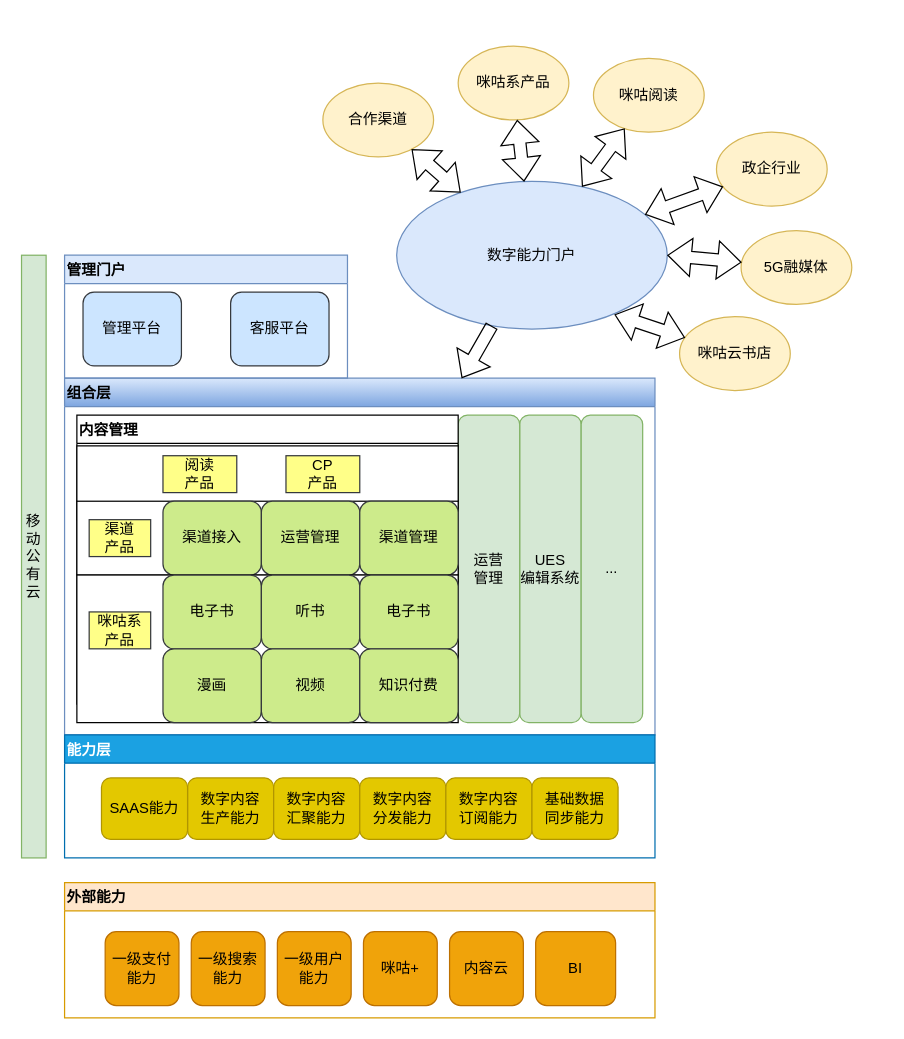
The draw.io diagram page "Page-1" (1 of 3) of Untitled Diagram.drawio in cf8080/test, before the edit. Source tidied: cells renumbered, new cells numbered last; positions are measured from the earlier drawing's top-left corner, leaving out a move shared by most shapes. Both pictures are drawn from the tidied source at 123%, with x=0, y=0 at pixel (21, 46).
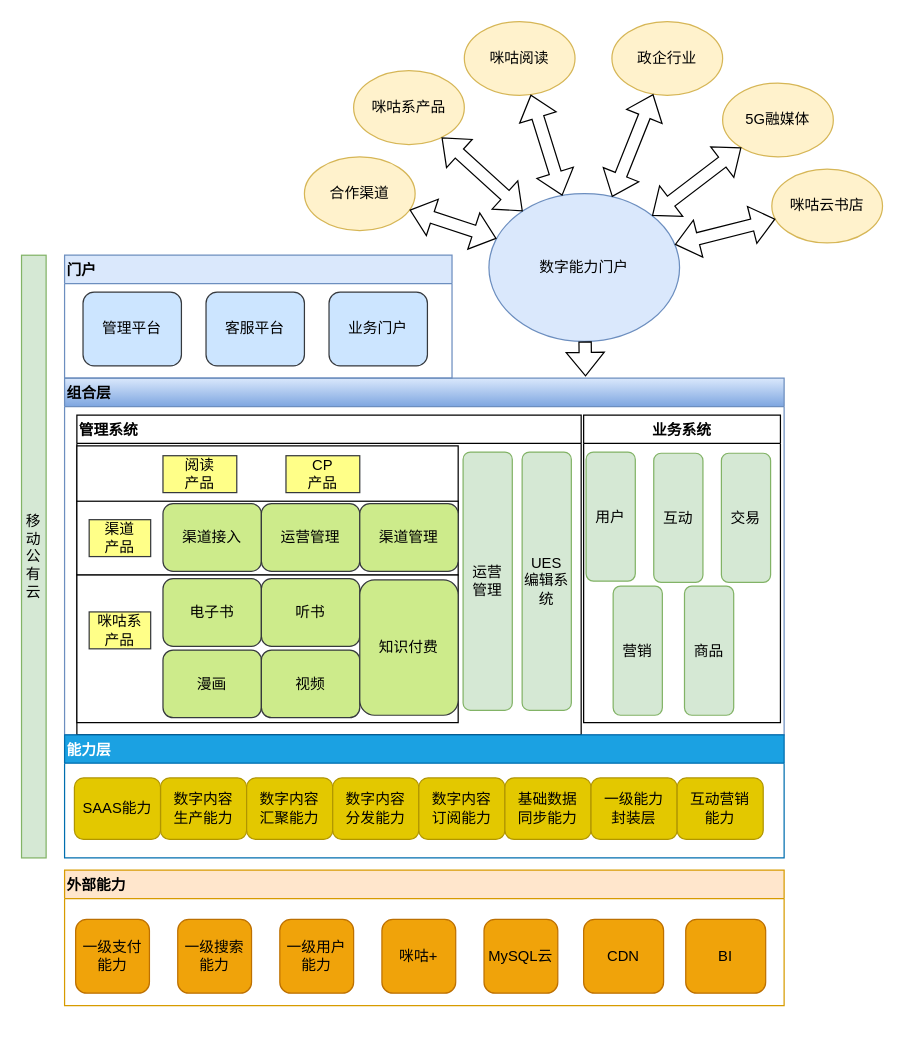
After the change.

Change to the diagram source:
```diff
@@
     <mxCell id="2" value="组合层" style="swimlane;labelPosition=center;verticalLabelPosition=middle;align=left;verticalAlign=middle;textDirection=ltr;swimlaneLine=1;shadow=0;fillColor=#dae8fc;strokeColor=#6c8ebf;gradientColor=#7ea6e0;" parent="1" vertex="1">
-      <mxGeometry x="35" y="270" width="480" height="290" as="geometry" />
+      <mxGeometry x="35" y="270" width="585" height="290" as="geometry" />
     </mxCell>
-    <mxCell id="3" value="UES&lt;br&gt;编辑系统" style="rounded=1;whiteSpace=wrap;html=1;fillColor=#d5e8d4;strokeColor=#82b366;" parent="2" vertex="1">
-      <mxGeometry x="370" y="30" width="50" height="250" as="geometry" />
-    </mxCell>
-    <mxCell id="4" value="运营&lt;br&gt;管理" style="rounded=1;whiteSpace=wrap;html=1;fillColor=#d5e8d4;strokeColor=#82b366;" parent="2" vertex="1">
-      <mxGeometry x="320" y="30" width="50" height="250" as="geometry" />
-    </mxCell>
-    <mxCell id="5" value="内容管理" style="swimlane;shadow=0;align=left;" parent="2" vertex="1">
-      <mxGeometry x="10" y="30" width="310" height="235" as="geometry" />
+    <mxCell id="5" value="管理系统" style="swimlane;shadow=0;align=left;" parent="2" vertex="1">
+      <mxGeometry x="10" y="30" width="410" height="260" as="geometry" />
     </mxCell>
@@
     <mxCell id="11" value="渠道接入" style="rounded=1;whiteSpace=wrap;html=1;fillColor=#cdeb8b;strokeColor=#36393d;" parent="5" vertex="1">
-      <mxGeometry x="70" y="70" width="80" height="60" as="geometry" />
+      <mxGeometry x="70" y="72" width="80" height="55" as="geometry" />
     </mxCell>
     <mxCell id="12" value="运营管理" style="rounded=1;whiteSpace=wrap;html=1;fillColor=#cdeb8b;strokeColor=#36393d;" parent="5" vertex="1">
-      <mxGeometry x="150" y="70" width="80" height="60" as="geometry" />
+      <mxGeometry x="150" y="72" width="80" height="55" as="geometry" />
     </mxCell>
     <mxCell id="13" value="渠道管理" style="rounded=1;whiteSpace=wrap;html=1;fillColor=#cdeb8b;strokeColor=#36393d;" parent="5" vertex="1">
-      <mxGeometry x="230" y="70" width="80" height="60" as="geometry" />
+      <mxGeometry x="230" y="72" width="80" height="55" as="geometry" />
     </mxCell>
@@
     <mxCell id="16" value="电子书" style="rounded=1;whiteSpace=wrap;html=1;imageWidth=24;imageHeight=24;fillColor=#cdeb8b;strokeColor=#36393d;" parent="5" vertex="1">
-      <mxGeometry x="70" y="130" width="80" height="60" as="geometry" />
+      <mxGeometry x="70" y="133" width="80" height="55" as="geometry" />
     </mxCell>
     <mxCell id="17" value="听书" style="rounded=1;whiteSpace=wrap;html=1;imageWidth=24;imageHeight=24;fillColor=#cdeb8b;strokeColor=#36393d;" parent="5" vertex="1">
-      <mxGeometry x="150" y="130" width="80" height="60" as="geometry" />
+      <mxGeometry x="150" y="133" width="80" height="55" as="geometry" />
     </mxCell>
-    <mxCell id="18" value="电子书" style="rounded=1;whiteSpace=wrap;html=1;imageWidth=24;imageHeight=24;fillColor=#cdeb8b;strokeColor=#36393d;" parent="5" vertex="1">
-      <mxGeometry x="230" y="130" width="80" height="60" as="geometry" />
-    </mxCell>
     <mxCell id="19" value="漫画" style="rounded=1;whiteSpace=wrap;html=1;imageWidth=24;imageHeight=24;fillColor=#cdeb8b;strokeColor=#36393d;" parent="5" vertex="1">
-      <mxGeometry x="70" y="190" width="80" height="60" as="geometry" />
+      <mxGeometry x="70" y="191" width="80" height="55" as="geometry" />
     </mxCell>
     <mxCell id="20" value="视频" style="rounded=1;whiteSpace=wrap;html=1;imageWidth=24;imageHeight=24;fillColor=#cdeb8b;strokeColor=#36393d;" parent="5" vertex="1">
-      <mxGeometry x="150" y="190" width="80" height="60" as="geometry" />
+      <mxGeometry x="150" y="191" width="80" height="55" as="geometry" />
     </mxCell>
     <mxCell id="21" value="知识付费" style="rounded=1;whiteSpace=wrap;html=1;imageWidth=24;imageHeight=24;fillColor=#cdeb8b;strokeColor=#36393d;" parent="5" vertex="1">
-      <mxGeometry x="230" y="190" width="80" height="60" as="geometry" />
+      <mxGeometry x="230" y="134" width="80" height="110" as="geometry" />
     </mxCell>
-    <mxCell id="22" value="..." style="rounded=1;whiteSpace=wrap;html=1;fillColor=#d5e8d4;strokeColor=#82b366;" parent="2" vertex="1">
-      <mxGeometry x="420" y="30" width="50" height="250" as="geometry" />
-    </mxCell>
+    <mxCell id="3" value="UES&lt;br&gt;编辑系统" style="rounded=1;whiteSpace=wrap;html=1;fillColor=#d5e8d4;strokeColor=#82b366;" parent="5" vertex="1">
+      <mxGeometry x="362" y="30" width="40" height="210" as="geometry" />
+    </mxCell>
+    <mxCell id="4" value="运营&lt;br&gt;管理" style="rounded=1;whiteSpace=wrap;html=1;fillColor=#d5e8d4;strokeColor=#82b366;" parent="5" vertex="1">
+      <mxGeometry x="314" y="30" width="40" height="210" as="geometry" />
+    </mxCell>
+    <mxCell id="55" value="业务系统" style="swimlane;" parent="2" vertex="1">
+      <mxGeometry x="422" y="30" width="160" height="250" as="geometry" />
+    </mxCell>
+    <mxCell id="56" value="营销" style="rounded=1;whiteSpace=wrap;html=1;fillColor=#d5e8d4;strokeColor=#82b366;" parent="55" vertex="1">
+      <mxGeometry x="24" y="139" width="40" height="105" as="geometry" />
+    </mxCell>
+    <mxCell id="57" value="商品" style="rounded=1;whiteSpace=wrap;html=1;fillColor=#d5e8d4;strokeColor=#82b366;" parent="55" vertex="1">
+      <mxGeometry x="82" y="139" width="40" height="105" as="geometry" />
+    </mxCell>
+    <mxCell id="58" value="用户" style="rounded=1;whiteSpace=wrap;html=1;fillColor=#d5e8d4;strokeColor=#82b366;" parent="55" vertex="1">
+      <mxGeometry x="2" y="30" width="40" height="105" as="geometry" />
+    </mxCell>
     <mxCell id="23" value="能力层" style="swimlane;shadow=0;align=left;fillColor=#1ba1e2;fontColor=#ffffff;strokeColor=#006EAF;" parent="1" vertex="1">
-      <mxGeometry x="35" y="560" width="480" height="100" as="geometry" />
+      <mxGeometry x="35" y="560" width="585" height="100" as="geometry" />
     </mxCell>
     <mxCell id="24" value="数字内容&lt;br&gt;生产能力" style="rounded=1;whiteSpace=wrap;html=1;fillColor=#e3c800;fontColor=#000000;strokeColor=#B09500;" parent="23" vertex="1">
-      <mxGeometry x="100" y="35" width="70" height="50" as="geometry" />
+      <mxGeometry x="78" y="35" width="70" height="50" as="geometry" />
     </mxCell>
     <mxCell id="25" value="数字内容&lt;br&gt;汇聚能力" style="rounded=1;whiteSpace=wrap;html=1;fillColor=#e3c800;fontColor=#000000;strokeColor=#B09500;" parent="23" vertex="1">
-      <mxGeometry x="170" y="35" width="70" height="50" as="geometry" />
+      <mxGeometry x="148" y="35" width="70" height="50" as="geometry" />
     </mxCell>
     <mxCell id="26" value="数字内容&lt;br&gt;分发能力" style="rounded=1;whiteSpace=wrap;html=1;fillColor=#e3c800;fontColor=#000000;strokeColor=#B09500;" parent="23" vertex="1">
-      <mxGeometry x="240" y="35" width="70" height="50" as="geometry" />
+      <mxGeometry x="218" y="35" width="70" height="50" as="geometry" />
     </mxCell>
     <mxCell id="27" value="数字内容&lt;br&gt;订阅能力" style="rounded=1;whiteSpace=wrap;html=1;fillColor=#e3c800;fontColor=#000000;strokeColor=#B09500;" parent="23" vertex="1">
-      <mxGeometry x="310" y="35" width="70" height="50" as="geometry" />
+      <mxGeometry x="288" y="35" width="70" height="50" as="geometry" />
     </mxCell>
     <mxCell id="28" value="基础数据&lt;br&gt;同步能力" style="rounded=1;whiteSpace=wrap;html=1;fillColor=#e3c800;fontColor=#000000;strokeColor=#B09500;" parent="23" vertex="1">
-      <mxGeometry x="380" y="35" width="70" height="50" as="geometry" />
+      <mxGeometry x="358" y="35" width="70" height="50" as="geometry" />
     </mxCell>
     <mxCell id="29" value="SAAS能力" style="rounded=1;whiteSpace=wrap;html=1;fillColor=#e3c800;fontColor=#000000;strokeColor=#B09500;" parent="23" vertex="1">
-      <mxGeometry x="30" y="35" width="70" height="50" as="geometry" />
+      <mxGeometry x="8" y="35" width="70" height="50" as="geometry" />
     </mxCell>
+    <mxCell id="59" value="一级能力&lt;br&gt;封装层" style="rounded=1;whiteSpace=wrap;html=1;fillColor=#e3c800;fontColor=#000000;strokeColor=#B09500;" parent="23" vertex="1">
+      <mxGeometry x="428" y="35" width="70" height="50" as="geometry" />
+    </mxCell>
+    <mxCell id="60" value="互动营销&lt;br&gt;能力" style="rounded=1;whiteSpace=wrap;html=1;fillColor=#e3c800;fontColor=#000000;strokeColor=#B09500;" parent="23" vertex="1">
+      <mxGeometry x="498" y="35" width="70" height="50" as="geometry" />
+    </mxCell>
-    <mxCell id="30" value="管理门户" style="swimlane;shadow=0;align=left;startSize=23;fillColor=#dae8fc;strokeColor=#6c8ebf;" parent="1" vertex="1">
-      <mxGeometry x="35" y="170" width="230" height="100" as="geometry" />
+    <mxCell id="30" value="门户" style="swimlane;shadow=0;align=left;startSize=23;fillColor=#dae8fc;strokeColor=#6c8ebf;" parent="1" vertex="1">
+      <mxGeometry x="35" y="170" width="315" height="100" as="geometry" />
     </mxCell>
@@
     <mxCell id="32" value="客服平台" style="rounded=1;whiteSpace=wrap;html=1;fillColor=#cce5ff;strokeColor=#36393d;" parent="30" vertex="1">
-      <mxGeometry x="135" y="30" width="80" height="60" as="geometry" />
+      <mxGeometry x="115" y="30" width="80" height="60" as="geometry" />
     </mxCell>
+    <mxCell id="61" value="业务门户" style="rounded=1;whiteSpace=wrap;html=1;fillColor=#cce5ff;strokeColor=#36393d;" parent="30" vertex="1">
+      <mxGeometry x="215" y="30" width="80" height="60" as="geometry" />
+    </mxCell>
     <mxCell id="33" value="外部能力" style="swimlane;shadow=0;align=left;fillColor=#ffe6cc;strokeColor=#d79b00;" parent="1" vertex="1">
-      <mxGeometry x="35" y="680" width="480" height="110" as="geometry" />
+      <mxGeometry x="35" y="670" width="585" height="110" as="geometry" />
     </mxCell>
     <mxCell id="34" value="一级支付能力" style="rounded=1;whiteSpace=wrap;html=1;fillColor=#f0a30a;fontColor=#000000;strokeColor=#BD7000;" parent="33" vertex="1">
-      <mxGeometry x="33" y="40" width="60" height="60" as="geometry" />
+      <mxGeometry x="9" y="40" width="60" height="60" as="geometry" />
     </mxCell>
     <mxCell id="35" value="BI" style="rounded=1;whiteSpace=wrap;html=1;fillColor=#f0a30a;fontColor=#000000;strokeColor=#BD7000;" parent="33" vertex="1">
-      <mxGeometry x="383" y="40" width="65" height="60" as="geometry" />
+      <mxGeometry x="505" y="40" width="65" height="60" as="geometry" />
     </mxCell>
     <mxCell id="36" value="一级搜索能力" style="rounded=1;whiteSpace=wrap;html=1;fillColor=#f0a30a;fontColor=#000000;strokeColor=#BD7000;" parent="33" vertex="1">
-      <mxGeometry x="103" y="40" width="60" height="60" as="geometry" />
+      <mxGeometry x="92" y="40" width="60" height="60" as="geometry" />
     </mxCell>
     <mxCell id="37" value="一级用户能力" style="rounded=1;whiteSpace=wrap;html=1;fillColor=#f0a30a;fontColor=#000000;strokeColor=#BD7000;" parent="33" vertex="1">
-      <mxGeometry x="173" y="40" width="60" height="60" as="geometry" />
+      <mxGeometry x="175" y="40" width="60" height="60" as="geometry" />
     </mxCell>
     <mxCell id="38" value="咪咕+" style="rounded=1;whiteSpace=wrap;html=1;fillColor=#f0a30a;fontColor=#000000;strokeColor=#BD7000;" parent="33" vertex="1">
-      <mxGeometry x="243" y="40" width="60" height="60" as="geometry" />
+      <mxGeometry x="258" y="40" width="60" height="60" as="geometry" />
     </mxCell>
-    <mxCell id="39" value="内容云" style="rounded=1;whiteSpace=wrap;html=1;fillColor=#f0a30a;fontColor=#000000;strokeColor=#BD7000;" parent="33" vertex="1">
-      <mxGeometry x="313" y="40" width="60" height="60" as="geometry" />
+    <mxCell id="39" value="MySQL云" style="rounded=1;whiteSpace=wrap;html=1;fillColor=#f0a30a;fontColor=#000000;strokeColor=#BD7000;" parent="33" vertex="1">
+      <mxGeometry x="341" y="40" width="60" height="60" as="geometry" />
     </mxCell>
+    <mxCell id="62" value="CDN" style="rounded=1;whiteSpace=wrap;html=1;fillColor=#f0a30a;fontColor=#000000;strokeColor=#BD7000;" parent="33" vertex="1">
+      <mxGeometry x="422" y="40" width="65" height="60" as="geometry" />
+    </mxCell>
     <mxCell id="40" value="&lt;span&gt;咪咕阅读&lt;/span&gt;" style="ellipse;whiteSpace=wrap;html=1;shadow=0;align=center;fillColor=#fff2cc;strokeColor=#d6b656;" parent="1" vertex="1">
-      <mxGeometry x="465" y="10" width="90" height="60" as="geometry" />
+      <mxGeometry x="360" y="-20" width="90" height="60" as="geometry" />
     </mxCell>
     <mxCell id="41" value="咪咕云书店" style="ellipse;whiteSpace=wrap;html=1;shadow=0;align=center;fillColor=#fff2cc;strokeColor=#d6b656;" parent="1" vertex="1">
-      <mxGeometry x="535" y="220" width="90" height="60" as="geometry" />
+      <mxGeometry x="610" y="100" width="90" height="60" as="geometry" />
     </mxCell>
     <mxCell id="42" value="政企行业" style="ellipse;whiteSpace=wrap;html=1;shadow=0;align=center;fillColor=#fff2cc;strokeColor=#d6b656;" parent="1" vertex="1">
-      <mxGeometry x="565" y="70" width="90" height="60" as="geometry" />
+      <mxGeometry x="480" y="-20" width="90" height="60" as="geometry" />
     </mxCell>
     <mxCell id="43" value="5G融媒体" style="ellipse;whiteSpace=wrap;html=1;shadow=0;align=center;fillColor=#fff2cc;strokeColor=#d6b656;" parent="1" vertex="1">
-      <mxGeometry x="585" y="150" width="90" height="60" as="geometry" />
+      <mxGeometry x="570" y="30" width="90" height="60" as="geometry" />
     </mxCell>
     <mxCell id="44" value="咪咕系产品" style="ellipse;whiteSpace=wrap;html=1;shadow=0;align=center;fillColor=#fff2cc;strokeColor=#d6b656;" parent="1" vertex="1">
-      <mxGeometry x="355" width="90" height="60" as="geometry" />
+      <mxGeometry x="270" y="20" width="90" height="60" as="geometry" />
     </mxCell>
     <mxCell id="45" value="合作渠道" style="ellipse;whiteSpace=wrap;html=1;shadow=0;align=center;fillColor=#fff2cc;strokeColor=#d6b656;" parent="1" vertex="1">
-      <mxGeometry x="245" y="30" width="90" height="60" as="geometry" />
+      <mxGeometry x="230" y="90" width="90" height="60" as="geometry" />
     </mxCell>
     <mxCell id="46" value="数字能力门户" style="ellipse;whiteSpace=wrap;html=1;shadow=0;align=center;fillColor=#dae8fc;strokeColor=#6c8ebf;" parent="1" vertex="1">
-      <mxGeometry x="305" y="110" width="220" height="120" as="geometry" />
+      <mxGeometry x="380" y="120" width="155" height="120" as="geometry" />
     </mxCell>
-    <mxCell id="47" style="shape=flexArrow;endArrow=classic;html=1;rounded=0;" parent="1" edge="1" source="46" target="2">
+    <mxCell id="47" style="shape=flexArrow;endArrow=classic;html=1;rounded=0;entryX=0.724;entryY=-0.005;entryDx=0;entryDy=0;entryPerimeter=0;" parent="1" edge="1" source="46" target="2">
       <mxGeometry relative="1" as="geometry" />
     </mxCell>
@@
-    <mxCell id="52" style="shape=flexArrow;endArrow=classic;startArrow=classic;html=1;rounded=0;entryX=1;entryY=0.5;entryDx=0;entryDy=0;" parent="1" edge="1" source="43" target="46">
+    <mxCell id="52" style="shape=flexArrow;endArrow=classic;startArrow=classic;html=1;rounded=0;" parent="1" edge="1" source="43" target="46">
       <mxGeometry relative="1" as="geometry" />
     </mxCell>
-    <mxCell id="53" style="shape=flexArrow;endArrow=classic;startArrow=classic;html=1;rounded=0;entryX=0.805;entryY=0.902;entryDx=0;entryDy=0;entryPerimeter=0;" parent="1" edge="1" source="41" target="46">
+    <mxCell id="53" style="shape=flexArrow;endArrow=classic;startArrow=classic;html=1;rounded=0;" parent="1" edge="1" source="41" target="46">
       <mxGeometry relative="1" as="geometry" />
     </mxCell>
@@
+    <mxCell id="63" value="互动" style="rounded=1;whiteSpace=wrap;html=1;fillColor=#d5e8d4;strokeColor=#82b366;" parent="1" vertex="1">
+      <mxGeometry x="514" y="331" width="40" height="105" as="geometry" />
+    </mxCell>
+    <mxCell id="64" value="交易" style="rounded=1;whiteSpace=wrap;html=1;fillColor=#d5e8d4;strokeColor=#82b366;" parent="1" vertex="1">
+      <mxGeometry x="569" y="331" width="40" height="105" as="geometry" />
+    </mxCell>
```
